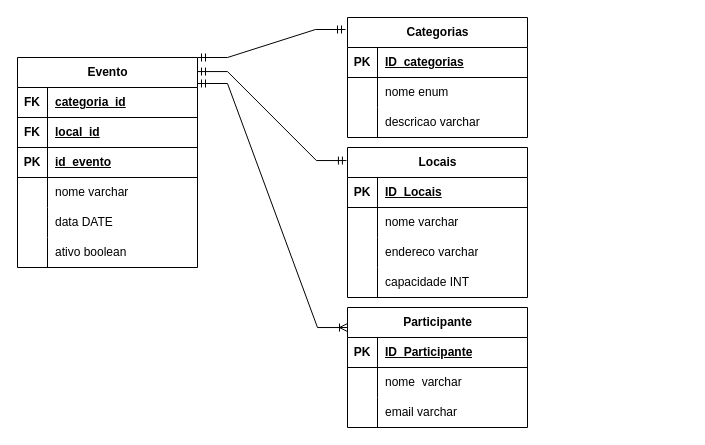
This is aula07062023.drawio from Luis-Vilar/DRAWio, a draw.io file, before an edit. Source tidied: cells renumbered, new cells numbered last; positions are measured from the earlier drawing's top-left corner, leaving out a move shared by most shapes. Both pictures are drawn from the tidied source at 100%, with x=0, y=0 at pixel (17, 17).
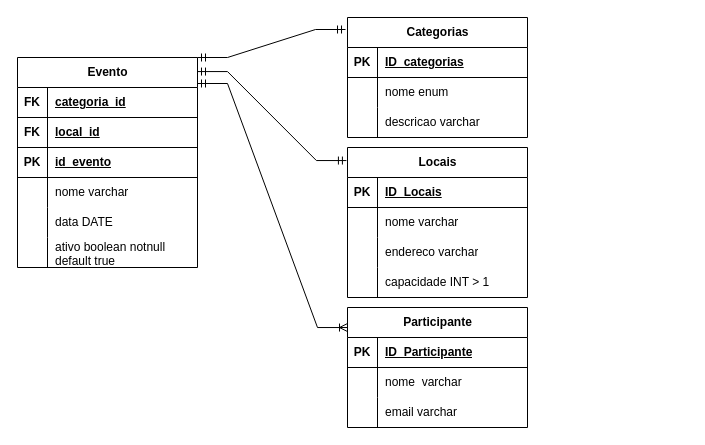
The same page after the edit.

The change refers to these unchanged cells:
```xml
<mxCell id="18" style="shape=tableRow;horizontal=0;startSize=0;swimlaneHead=0;swimlaneBody=0;fillColor=none;top=0;left=0;right=0;bottom=0;strokeColor=default;fontFamily=Helvetica;fontSize=12;fontColor=default;html=1;" parent="2" vertex="1">
  <mxGeometry y="180" width="180" height="30" as="geometry" />
</mxCell>
<mxCell id="31" style="shape=tableRow;horizontal=0;startSize=0;swimlaneHead=0;swimlaneBody=0;fillColor=none;top=0;left=0;right=0;bottom=0;strokeColor=default;fontFamily=Helvetica;fontSize=12;fontColor=default;html=1;" parent="21" vertex="1">
  <mxGeometry y="120" width="180" height="30" as="geometry" />
</mxCell>
```

What changed in the source:
```diff
@@
-    <mxCell id="20" value="ativo boolean" style="shape=partialRectangle;fillColor=none;top=0;left=0;bottom=0;right=0;align=left;spacingLeft=6;overflow=hidden;whiteSpace=wrap;html=1;strokeColor=default;fontFamily=Helvetica;fontSize=12;fontColor=default;startSize=30;" parent="18" vertex="1">
+    <mxCell id="20" value="ativo boolean notnull default true" style="shape=partialRectangle;fillColor=none;top=0;left=0;bottom=0;right=0;align=left;spacingLeft=6;overflow=hidden;whiteSpace=wrap;html=1;strokeColor=default;fontFamily=Helvetica;fontSize=12;fontColor=default;startSize=30;" parent="18" vertex="1">
       <mxGeometry x="30" width="150" height="30" as="geometry" />
     </mxCell>
@@
-    <mxCell id="33" value="capacidade INT" style="shape=partialRectangle;fillColor=none;top=0;left=0;bottom=0;right=0;align=left;spacingLeft=6;overflow=hidden;whiteSpace=wrap;html=1;strokeColor=default;fontFamily=Helvetica;fontSize=12;fontColor=default;startSize=30;" parent="31" vertex="1">
+    <mxCell id="33" value="capacidade INT &amp;gt; 1" style="shape=partialRectangle;fillColor=none;top=0;left=0;bottom=0;right=0;align=left;spacingLeft=6;overflow=hidden;whiteSpace=wrap;html=1;strokeColor=default;fontFamily=Helvetica;fontSize=12;fontColor=default;startSize=30;" parent="31" vertex="1">
       <mxGeometry x="30" width="150" height="30" as="geometry" />
     </mxCell>
```
